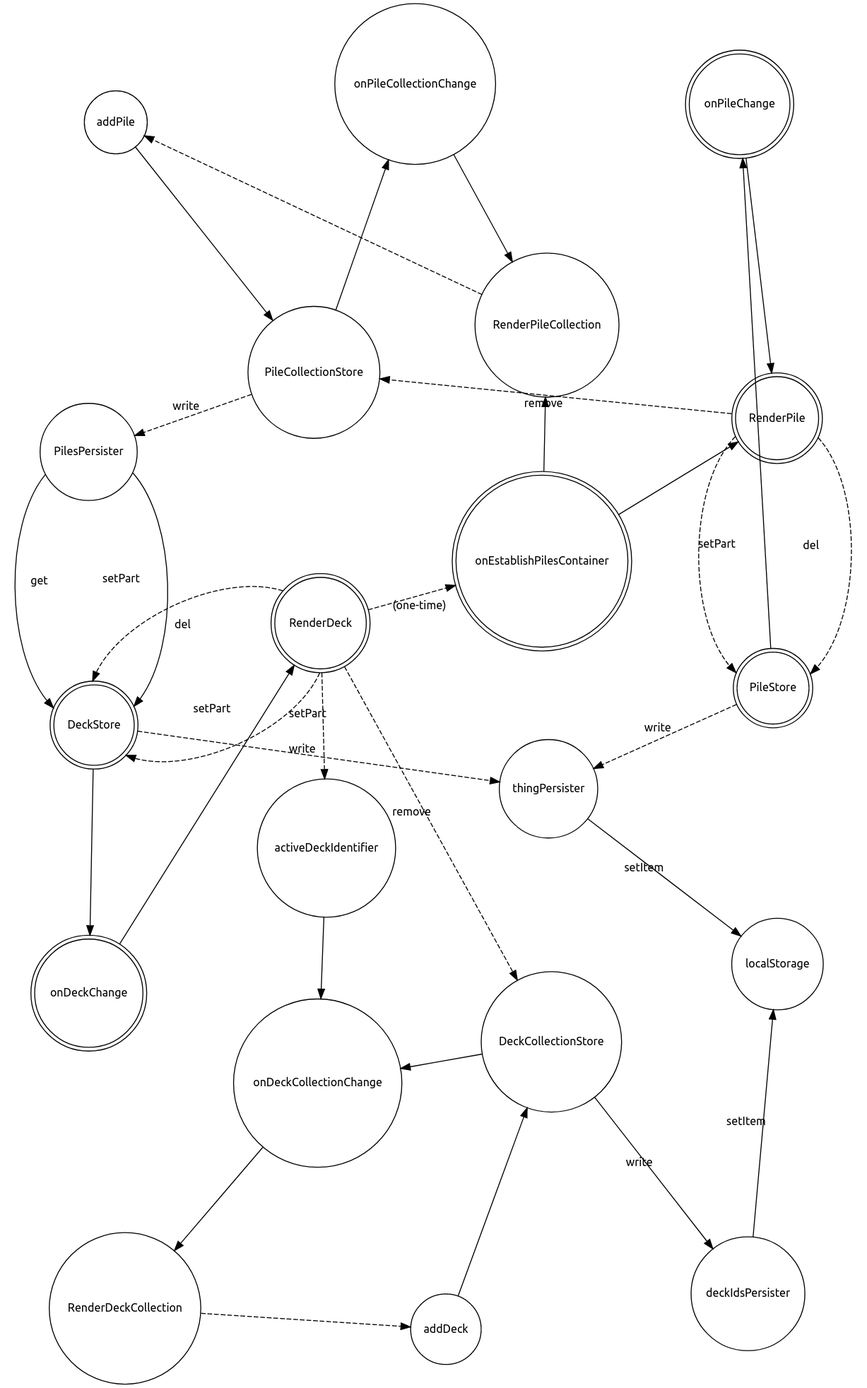
Above: meta/machines.png in jimkang/cardfields (Graphviz), before the change. Its source is kept beside it as meta/machines.dot.
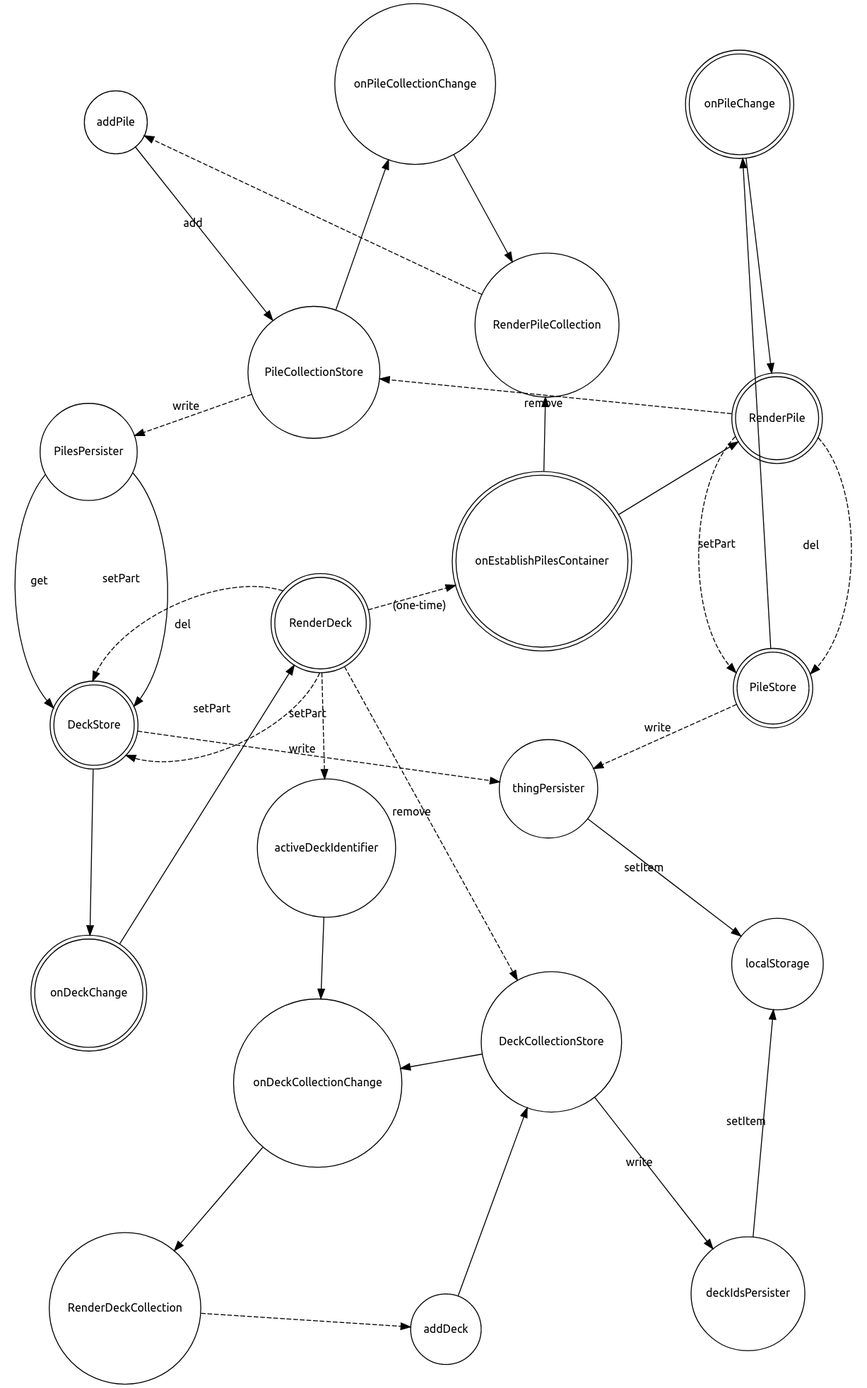
The same file after the commit.

Commit message:
Diagram and comment fixes. Note: Piles actually are saved; they're just not loaded.

The edit, as a diff of the source:
```diff
@@ -72,7 +72,7 @@
     addDeck;
     addPile;
     addDeck -> DeckCollectionStore;
-    addPile -> PileCollectionStore;
+    addPile -> PileCollectionStore [label="add"];
     RenderDeckCollection -> addDeck [style=dashed];
     RenderDeck -> activeDeckIdentifier [style=dashed, label="setPart"];
     RenderDeck -> DeckStore [style=dashed, label="setPart"];
```
